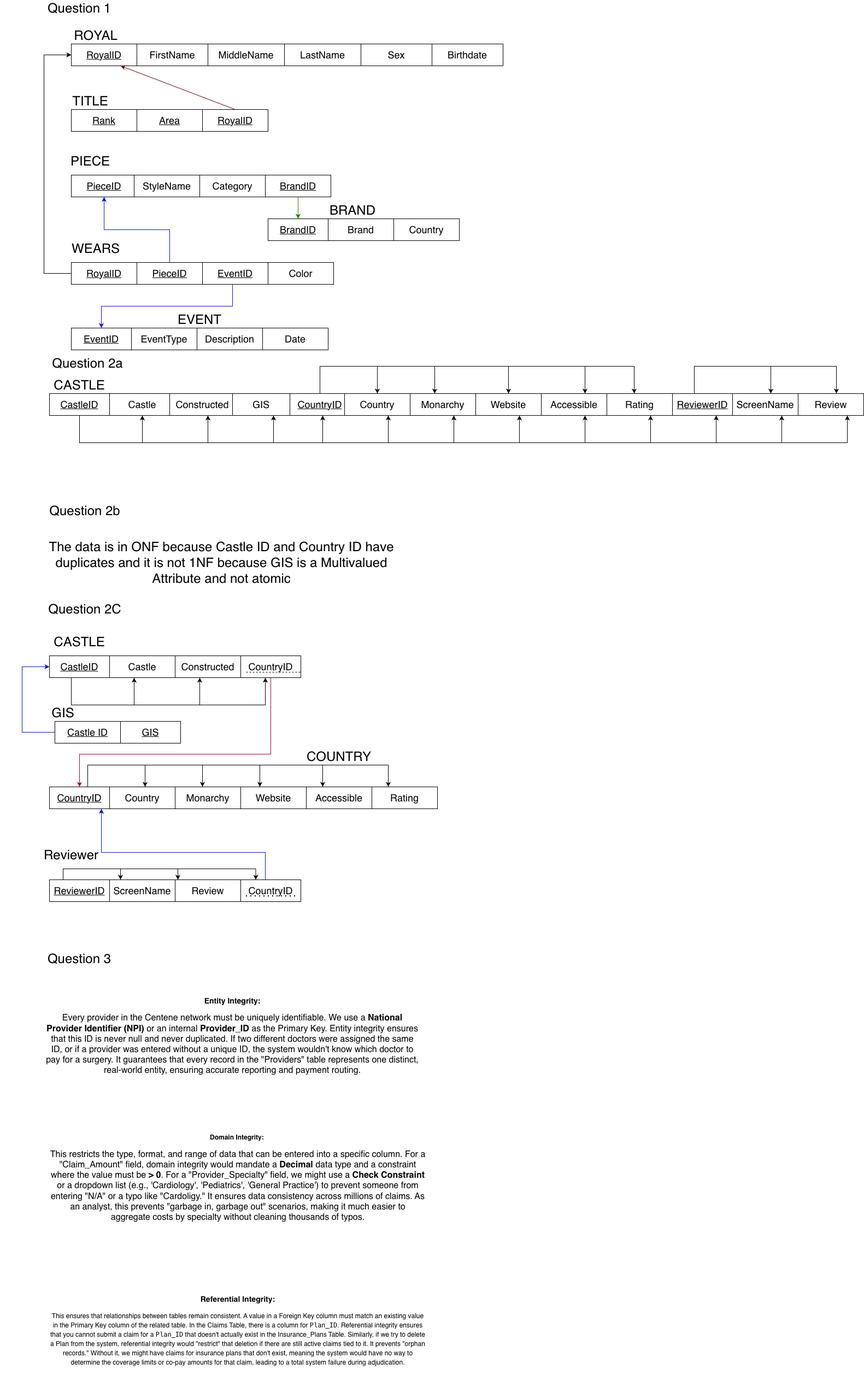
Above: HW2/HW 2.drawio.png in KennethManzi1/Data-Management-Graduate-School-Course (draw.io), before the change. Source tidied: cells renumbered, new cells last; positions are measured from the earlier drawing's top-left corner, leaving out a move shared by most shapes.
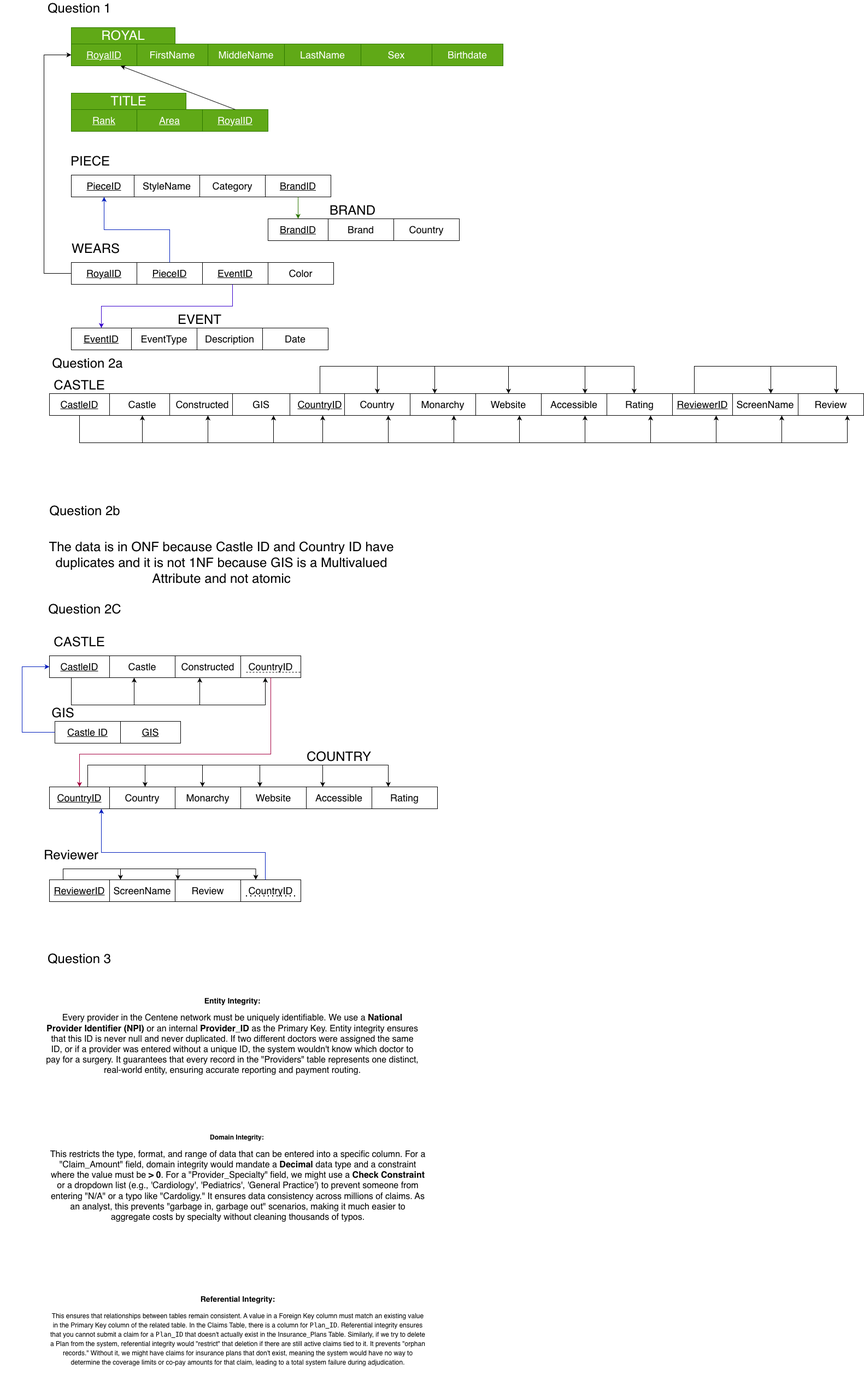
Above is the later version.

Change to the diagram source:
```diff
@@ -1,4 +1,4 @@
-<mxGraphModel>
+<mxGraphModel background="light-dark(#FFFFFF,#7EA6E0)">
   <root>
     <mxCell id="0" />
     <mxCell id="1" parent="0" />
@@ -7,44 +7,44 @@
         <mxPoint x="130" y="110" as="targetPoint" />
       </mxGeometry>
     </mxCell>
-    <mxCell id="3" value="&lt;font style=&quot;font-size: 18px;&quot;&gt;&lt;u&gt;RoyalID&lt;/u&gt;&lt;/font&gt;" style="whiteSpace=wrap;html=1;align=center;" parent="1" vertex="1">
+    <mxCell id="3" value="&lt;font style=&quot;font-size: 18px;&quot;&gt;&lt;u&gt;RoyalID&lt;/u&gt;&lt;/font&gt;" style="whiteSpace=wrap;html=1;align=center;fillColor=#60a917;fontColor=#ffffff;strokeColor=#2D7600;" parent="1" vertex="1">
       <mxGeometry x="130" y="80" width="120" height="40" as="geometry" />
     </mxCell>
     <mxCell id="4" value="&lt;font style=&quot;font-size: 24px;&quot;&gt;Question 1&lt;/font&gt;" style="text;html=1;whiteSpace=wrap;strokeColor=none;fillColor=none;align=center;verticalAlign=middle;rounded=0;" parent="1" vertex="1">
       <mxGeometry width="290" height="30" as="geometry" />
     </mxCell>
-    <mxCell id="5" value="&lt;font style=&quot;font-size: 18px;&quot;&gt;FirstName&lt;/font&gt;" style="whiteSpace=wrap;html=1;align=center;" parent="1" vertex="1">
+    <mxCell id="5" value="&lt;font style=&quot;font-size: 18px;&quot;&gt;FirstName&lt;/font&gt;" style="whiteSpace=wrap;html=1;align=center;fillColor=#60a917;fontColor=#ffffff;strokeColor=#2D7600;" parent="1" vertex="1">
       <mxGeometry x="250" y="80" width="130" height="40" as="geometry" />
     </mxCell>
-    <mxCell id="6" value="&lt;font style=&quot;font-size: 18px;&quot;&gt;MiddleName&lt;/font&gt;" style="whiteSpace=wrap;html=1;align=center;" parent="1" vertex="1">
+    <mxCell id="6" value="&lt;font style=&quot;font-size: 18px;&quot;&gt;MiddleName&lt;/font&gt;" style="whiteSpace=wrap;html=1;align=center;fillColor=#60a917;fontColor=#ffffff;strokeColor=#2D7600;" parent="1" vertex="1">
       <mxGeometry x="380" y="80" width="140" height="40" as="geometry" />
     </mxCell>
-    <mxCell id="7" value="&lt;font style=&quot;font-size: 18px;&quot;&gt;LastName&lt;/font&gt;" style="whiteSpace=wrap;html=1;align=center;" parent="1" vertex="1">
+    <mxCell id="7" value="&lt;font style=&quot;font-size: 18px;&quot;&gt;LastName&lt;/font&gt;" style="whiteSpace=wrap;html=1;align=center;fillColor=#60a917;fontColor=#ffffff;strokeColor=#2D7600;" parent="1" vertex="1">
       <mxGeometry x="520" y="80" width="140" height="40" as="geometry" />
     </mxCell>
-    <mxCell id="8" value="&lt;font style=&quot;font-size: 18px;&quot;&gt;Sex&lt;/font&gt;" style="whiteSpace=wrap;html=1;align=center;" parent="1" vertex="1">
+    <mxCell id="8" value="&lt;font style=&quot;font-size: 18px;&quot;&gt;Sex&lt;/font&gt;" style="whiteSpace=wrap;html=1;align=center;fillColor=#60a917;fontColor=#ffffff;strokeColor=#2D7600;" parent="1" vertex="1">
       <mxGeometry x="660" y="80" width="130" height="40" as="geometry" />
     </mxCell>
-    <mxCell id="9" value="&lt;font style=&quot;font-size: 18px;&quot;&gt;Birthdate&lt;/font&gt;" style="whiteSpace=wrap;html=1;align=center;" parent="1" vertex="1">
+    <mxCell id="9" value="&lt;font style=&quot;font-size: 18px;&quot;&gt;Birthdate&lt;/font&gt;" style="whiteSpace=wrap;html=1;align=center;fillColor=#60a917;fontColor=#ffffff;strokeColor=#2D7600;" parent="1" vertex="1">
       <mxGeometry x="790" y="80" width="130" height="40" as="geometry" />
     </mxCell>
-    <mxCell id="10" value="&lt;font style=&quot;font-size: 18px;&quot;&gt;&lt;u&gt;Rank&lt;/u&gt;&lt;/font&gt;" style="whiteSpace=wrap;html=1;align=center;" parent="1" vertex="1">
+    <mxCell id="10" value="&lt;font style=&quot;font-size: 18px;&quot;&gt;&lt;u&gt;Rank&lt;/u&gt;&lt;/font&gt;" style="whiteSpace=wrap;html=1;align=center;fillColor=#60a917;fontColor=#ffffff;strokeColor=#2D7600;" parent="1" vertex="1">
       <mxGeometry x="130" y="200" width="120" height="40" as="geometry" />
     </mxCell>
-    <mxCell id="11" value="&lt;font style=&quot;font-size: 18px;&quot;&gt;&lt;u&gt;Area&lt;/u&gt;&lt;/font&gt;" style="whiteSpace=wrap;html=1;align=center;" parent="1" vertex="1">
+    <mxCell id="11" value="&lt;font style=&quot;font-size: 18px;&quot;&gt;&lt;u&gt;Area&lt;/u&gt;&lt;/font&gt;" style="whiteSpace=wrap;html=1;align=center;fillColor=#60a917;fontColor=#ffffff;strokeColor=#2D7600;" parent="1" vertex="1">
       <mxGeometry x="250" y="200" width="120" height="40" as="geometry" />
     </mxCell>
-    <mxCell id="12" value="&lt;span style=&quot;font-size: 18px;&quot;&gt;&lt;u&gt;RoyalID&lt;/u&gt;&lt;/span&gt;" style="whiteSpace=wrap;html=1;align=center;" parent="1" vertex="1">
+    <mxCell id="12" value="&lt;span style=&quot;font-size: 18px;&quot;&gt;&lt;u&gt;RoyalID&lt;/u&gt;&lt;/span&gt;" style="whiteSpace=wrap;html=1;align=center;fillColor=#60a917;fontColor=#ffffff;strokeColor=#2D7600;" parent="1" vertex="1">
       <mxGeometry x="370" y="200" width="120" height="40" as="geometry" />
     </mxCell>
-    <mxCell id="13" style="endArrow=classic;html=1;rounded=0;exitX=0.5;exitY=0;exitDx=0;exitDy=0;entryX=0.75;entryY=1;entryDx=0;entryDy=0;fillColor=#a20025;strokeColor=#6F0000;" parent="1" edge="1" source="12" target="3">
+    <mxCell id="13" style="endArrow=classic;html=1;rounded=0;exitX=0.5;exitY=0;exitDx=0;exitDy=0;entryX=0.75;entryY=1;entryDx=0;entryDy=0;fillColor=#a20025;strokeColor=light-dark(#000000,#303030);" parent="1" edge="1" source="12" target="3">
       <mxGeometry relative="1" as="geometry" />
     </mxCell>
-    <mxCell id="14" value="&lt;font style=&quot;font-size: 24px;&quot;&gt;ROYAL&lt;/font&gt;" style="text;html=1;whiteSpace=wrap;strokeColor=none;fillColor=none;align=center;verticalAlign=middle;rounded=0;" parent="1" vertex="1">
-      <mxGeometry x="50" y="50" width="250" height="30" as="geometry" />
+    <mxCell id="14" value="&lt;font style=&quot;font-size: 24px;&quot;&gt;ROYAL&lt;/font&gt;" style="text;html=1;whiteSpace=wrap;strokeColor=#2D7600;fillColor=#60a917;align=center;verticalAlign=middle;rounded=0;fontColor=#ffffff;" parent="1" vertex="1">
+      <mxGeometry x="130" y="50" width="190" height="30" as="geometry" />
     </mxCell>
-    <mxCell id="15" value="&lt;font style=&quot;font-size: 24px;&quot;&gt;TITLE&lt;/font&gt;" style="text;html=1;whiteSpace=wrap;strokeColor=none;fillColor=none;align=center;verticalAlign=middle;rounded=0;" parent="1" vertex="1">
-      <mxGeometry x="40" y="170" width="250" height="30" as="geometry" />
+    <mxCell id="15" value="&lt;font style=&quot;font-size: 24px;&quot;&gt;TITLE&lt;/font&gt;" style="text;html=1;whiteSpace=wrap;strokeColor=#2D7600;fillColor=#60a917;align=center;verticalAlign=middle;rounded=0;fontColor=#ffffff;" parent="1" vertex="1">
+      <mxGeometry x="130" y="170" width="210" height="30" as="geometry" />
     </mxCell>
     <mxCell id="16" value="&lt;font style=&quot;font-size: 18px;&quot;&gt;&lt;u&gt;PieceID&lt;/u&gt;&lt;/font&gt;" style="whiteSpace=wrap;html=1;align=center;" parent="1" vertex="1">
       <mxGeometry x="130" y="320" width="120" height="40" as="geometry" />
```
